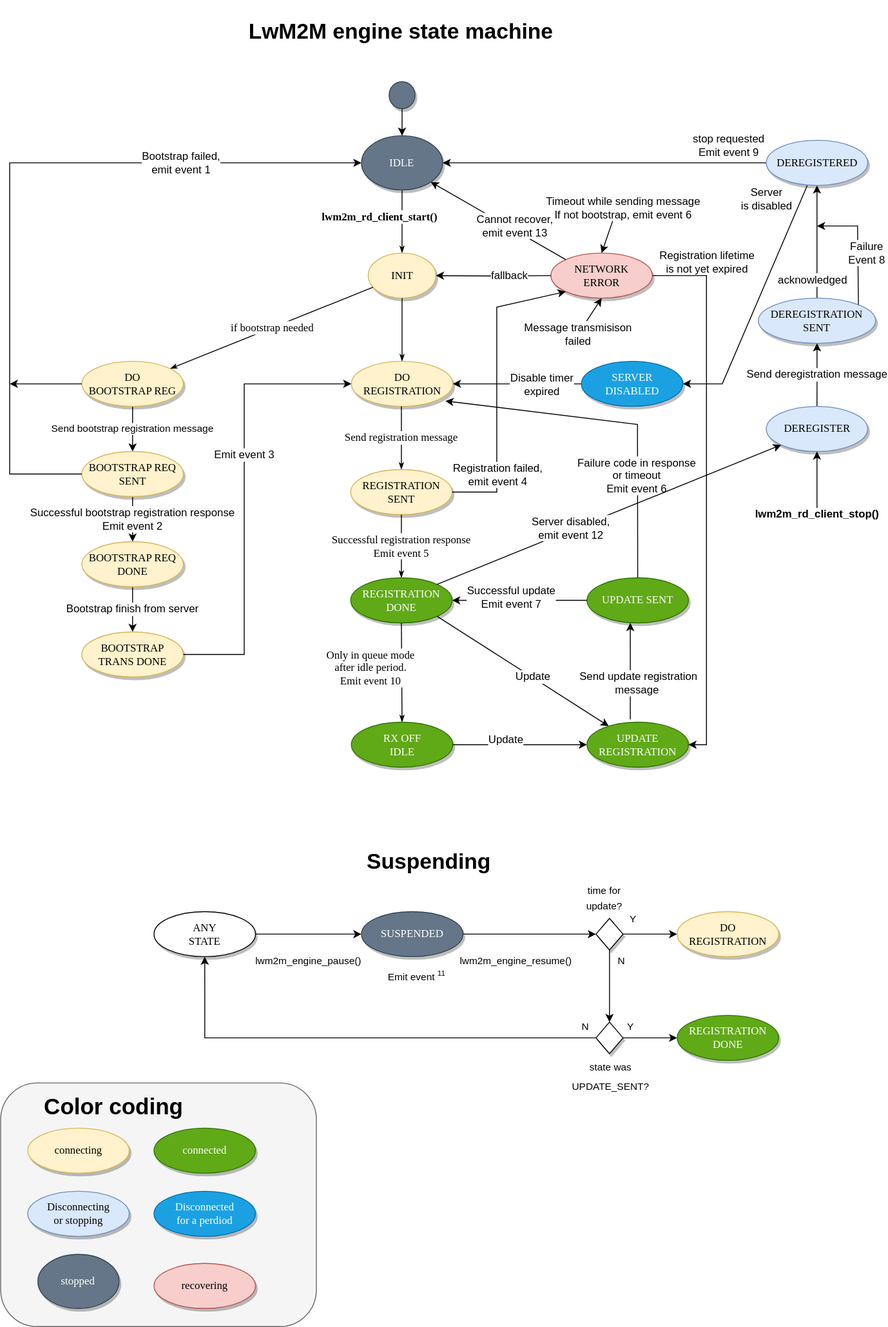
Before: doc/connectivity/networking/api/images/lwm2m_engine_state_machine.svg, a diagram exported from draw.io (Ameba-AIoT/zephyr). Source tidied: cells renumbered, new cells last; positions are measured from the earlier drawing's top-left corner, leaving out a move shared by most shapes.
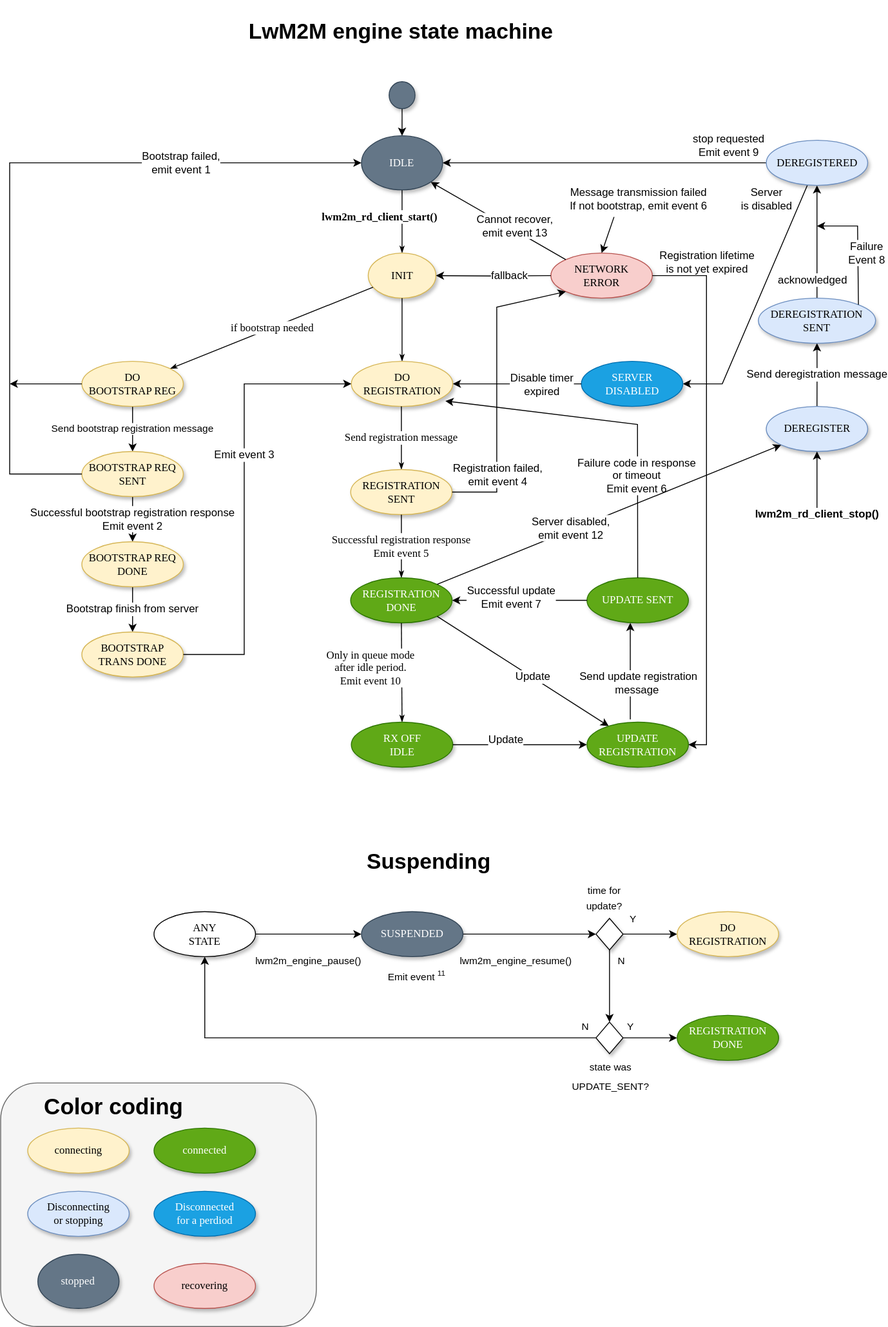
The same diagram one commit later.

The edit, as a diff of the source:
```diff
@@ -120,11 +120,6 @@
     <mxCell id="32" value="NETWORK&lt;br&gt;ERROR" style="ellipse;whiteSpace=wrap;html=1;rounded=0;shadow=1;comic=0;labelBackgroundColor=none;strokeWidth=1;fontFamily=Verdana;fontSize=12;align=center;fillColor=#f8cecc;strokeColor=#b85450;" parent="1" vertex="1">
       <mxGeometry x="610" y="280" width="112.5" height="50" as="geometry" />
     </mxCell>
-    <mxCell id="33" value="Message transmisison&lt;br style=&quot;font-size: 12px;&quot;&gt;failed" style="endArrow=classic;html=1;rounded=0;entryX=0.5;entryY=1;entryDx=0;entryDy=0;fontSize=12;" parent="1" edge="1" target="32">
-      <mxGeometry x="-1" relative="1" as="geometry">
-        <mxPoint x="640" y="370" as="sourcePoint" />
-      </mxGeometry>
-    </mxCell>
     <mxCell id="34" value="Successful bootstrap registration response&lt;br style=&quot;font-size: 12px;&quot;&gt;Emit event 2" style="edgeStyle=orthogonalEdgeStyle;rounded=0;jettySize=auto;html=1;fontSize=12;" parent="1" edge="1" source="35" target="37">
       <mxGeometry relative="1" as="geometry" />
     </mxCell>
@@ -161,9 +156,9 @@
         <mxPoint x="680" y="240" as="sourcePoint" />
       </mxGeometry>
     </mxCell>
-    <mxCell id="43" value="Timeout while sending message&lt;br style=&quot;font-size: 12px;&quot;&gt;If not bootstrap, emit event &lt;font style=&quot;font-size: 12px;&quot;&gt;6&lt;/font&gt;" style="edgeLabel;html=1;align=center;verticalAlign=middle;fontSize=12;" parent="42" vertex="1">
+    <mxCell id="43" value="Message transmission failed&lt;br style=&quot;font-size: 12px;&quot;&gt;If not bootstrap, emit event &lt;font style=&quot;font-size: 12px;&quot;&gt;6&lt;/font&gt;" style="edgeLabel;html=1;align=center;verticalAlign=middle;fontSize=12;" parent="42" vertex="1">
       <mxGeometry x="-0.15" y="2" relative="1" as="geometry">
-        <mxPoint x="13" y="-28" as="offset" />
+        <mxPoint x="30" y="-38" as="offset" />
       </mxGeometry>
     </mxCell>
     <mxCell id="44" style="endArrow=classic;html=1;rounded=0;labelBackgroundColor=default;strokeColor=#000000;exitX=0.5;exitY=0;exitDx=0;exitDy=0;entryX=0.927;entryY=0.88;entryDx=0;entryDy=0;entryPerimeter=0;" parent="1" edge="1" source="17" target="7">
```
